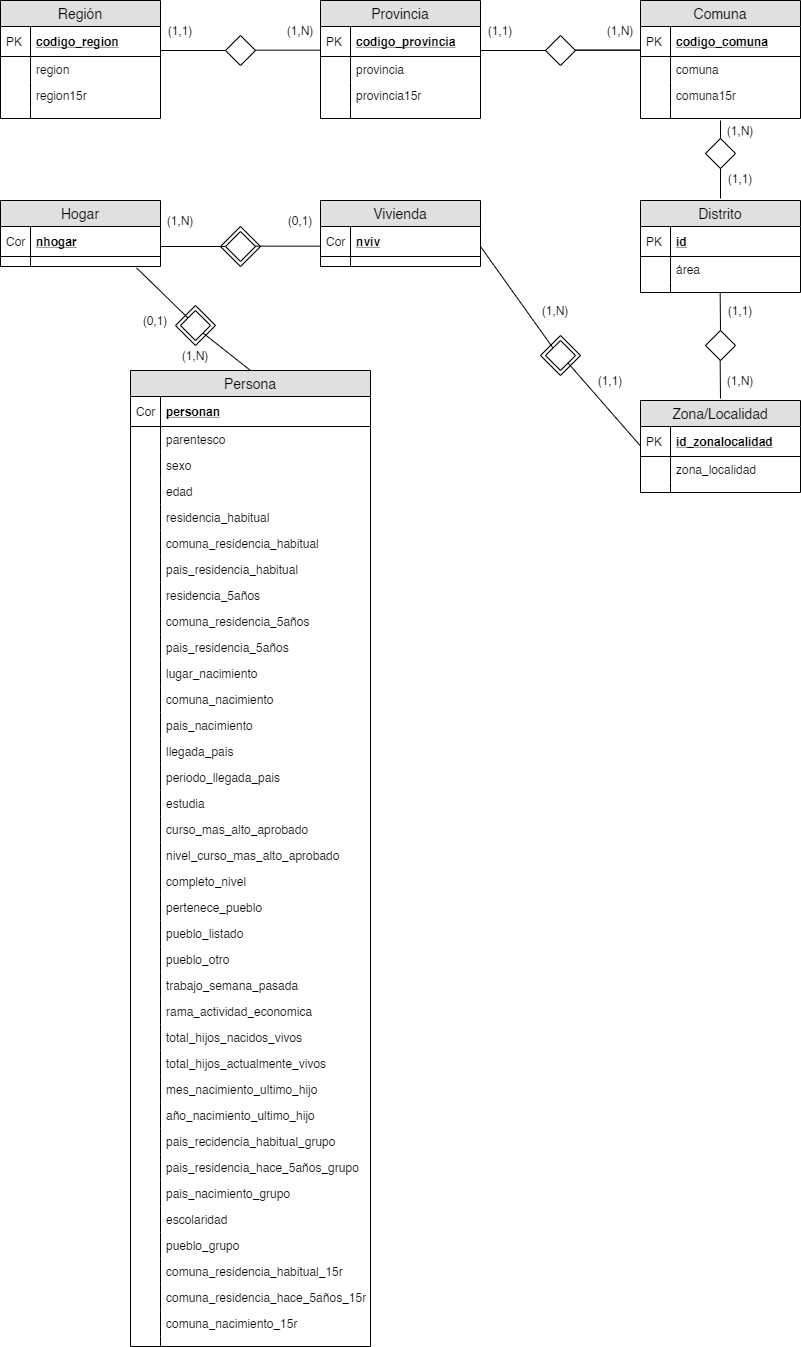
Before: censo.png, a diagram exported from draw.io (geraldbustosm/censo_etl). Source tidied: cells renumbered, new cells last; positions are measured from the earlier drawing's top-left corner, leaving out a move shared by most shapes.
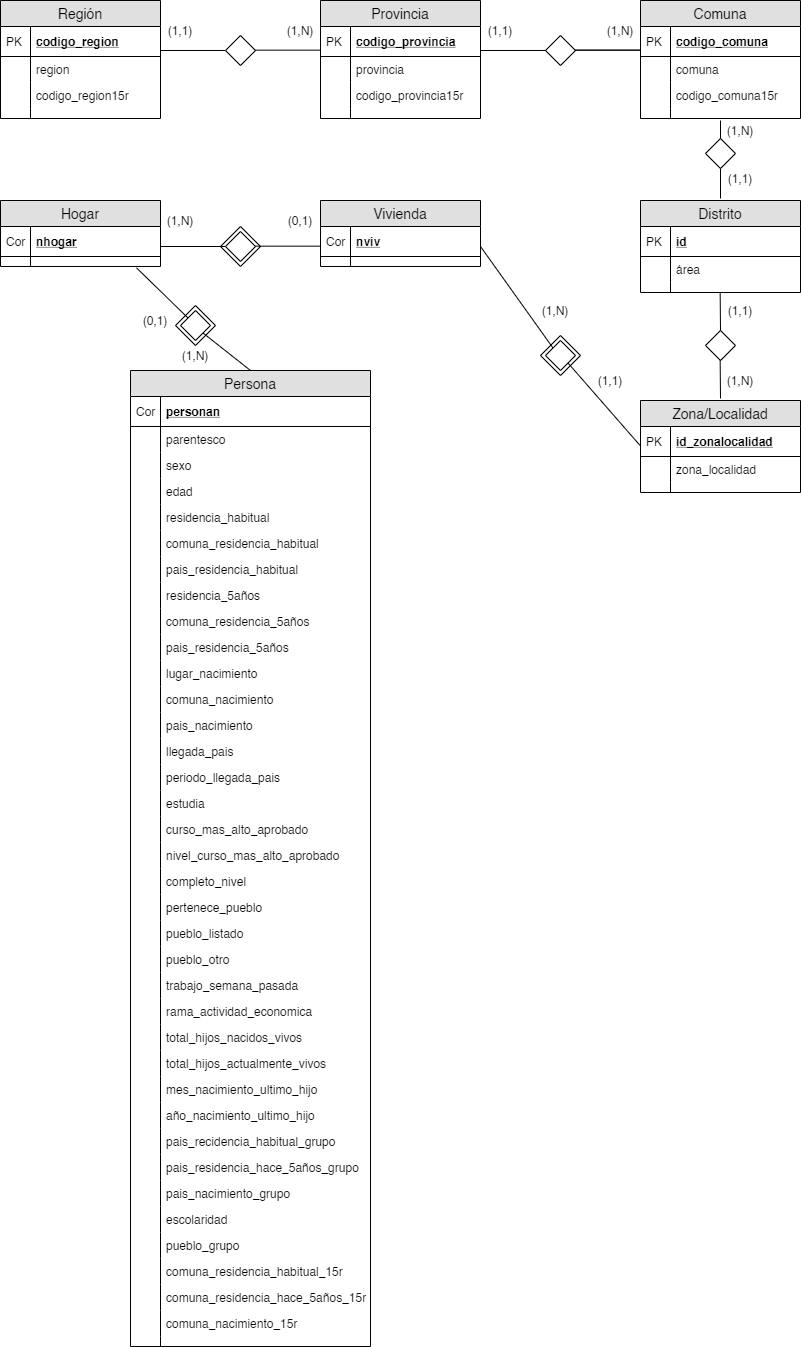
Later version of the same file.

Commit message:
correction atribute name

Change to the diagram source:
```diff
@@ -26,7 +26,7 @@
     <mxCell id="9" style="shape=partialRectangle;top=0;left=0;bottom=0;fillColor=none;align=left;verticalAlign=top;spacingLeft=4;spacingRight=4;overflow=hidden;fontSize=12;" parent="8" vertex="1">
       <mxGeometry width="30" height="26" as="geometry" />
     </mxCell>
-    <mxCell id="10" value="region15r" style="shape=partialRectangle;top=0;left=0;right=0;bottom=0;align=left;verticalAlign=top;fillColor=none;spacingLeft=34;spacingRight=4;overflow=hidden;fontSize=12;" parent="5" vertex="1">
+    <mxCell id="10" value="codigo_region15r" style="shape=partialRectangle;top=0;left=0;right=0;bottom=0;align=left;verticalAlign=top;fillColor=none;spacingLeft=34;spacingRight=4;overflow=hidden;fontSize=12;" parent="5" vertex="1">
       <mxGeometry y="82" width="160" height="26" as="geometry" />
     </mxCell>
     <mxCell id="11" style="shape=partialRectangle;top=0;left=0;bottom=0;fillColor=none;align=left;verticalAlign=top;spacingLeft=4;spacingRight=4;overflow=hidden;fontSize=12;" parent="10" vertex="1">
@@ -53,7 +53,7 @@
     <mxCell id="18" style="shape=partialRectangle;top=0;left=0;bottom=0;fillColor=none;align=left;verticalAlign=top;spacingLeft=4;spacingRight=4;overflow=hidden;fontSize=12;" parent="17" vertex="1">
       <mxGeometry width="30" height="26" as="geometry" />
     </mxCell>
-    <mxCell id="19" value="provincia15r" style="shape=partialRectangle;top=0;left=0;right=0;bottom=0;align=left;verticalAlign=top;fillColor=none;spacingLeft=34;spacingRight=4;overflow=hidden;fontSize=12;" parent="14" vertex="1">
+    <mxCell id="19" value="codigo_provincia15r" style="shape=partialRectangle;top=0;left=0;right=0;bottom=0;align=left;verticalAlign=top;fillColor=none;spacingLeft=34;spacingRight=4;overflow=hidden;fontSize=12;" parent="14" vertex="1">
       <mxGeometry y="82" width="160" height="26" as="geometry" />
     </mxCell>
     <mxCell id="20" style="shape=partialRectangle;top=0;left=0;bottom=0;fillColor=none;align=left;verticalAlign=top;spacingLeft=4;spacingRight=4;overflow=hidden;fontSize=12;" parent="19" vertex="1">
@@ -101,7 +101,7 @@
     <mxCell id="34" style="shape=partialRectangle;top=0;left=0;bottom=0;fillColor=none;align=left;verticalAlign=top;spacingLeft=4;spacingRight=4;overflow=hidden;fontSize=12;" parent="33" vertex="1">
       <mxGeometry width="30" height="26" as="geometry" />
     </mxCell>
-    <mxCell id="35" value="comuna15r" style="shape=partialRectangle;top=0;left=0;right=0;bottom=0;align=left;verticalAlign=top;fillColor=none;spacingLeft=34;spacingRight=4;overflow=hidden;fontSize=12;" parent="30" vertex="1">
+    <mxCell id="35" value="codigo_comuna15r" style="shape=partialRectangle;top=0;left=0;right=0;bottom=0;align=left;verticalAlign=top;fillColor=none;spacingLeft=34;spacingRight=4;overflow=hidden;fontSize=12;" parent="30" vertex="1">
       <mxGeometry y="82" width="160" height="26" as="geometry" />
     </mxCell>
     <mxCell id="36" style="shape=partialRectangle;top=0;left=0;bottom=0;fillColor=none;align=left;verticalAlign=top;spacingLeft=4;spacingRight=4;overflow=hidden;fontSize=12;" parent="35" vertex="1">
```
